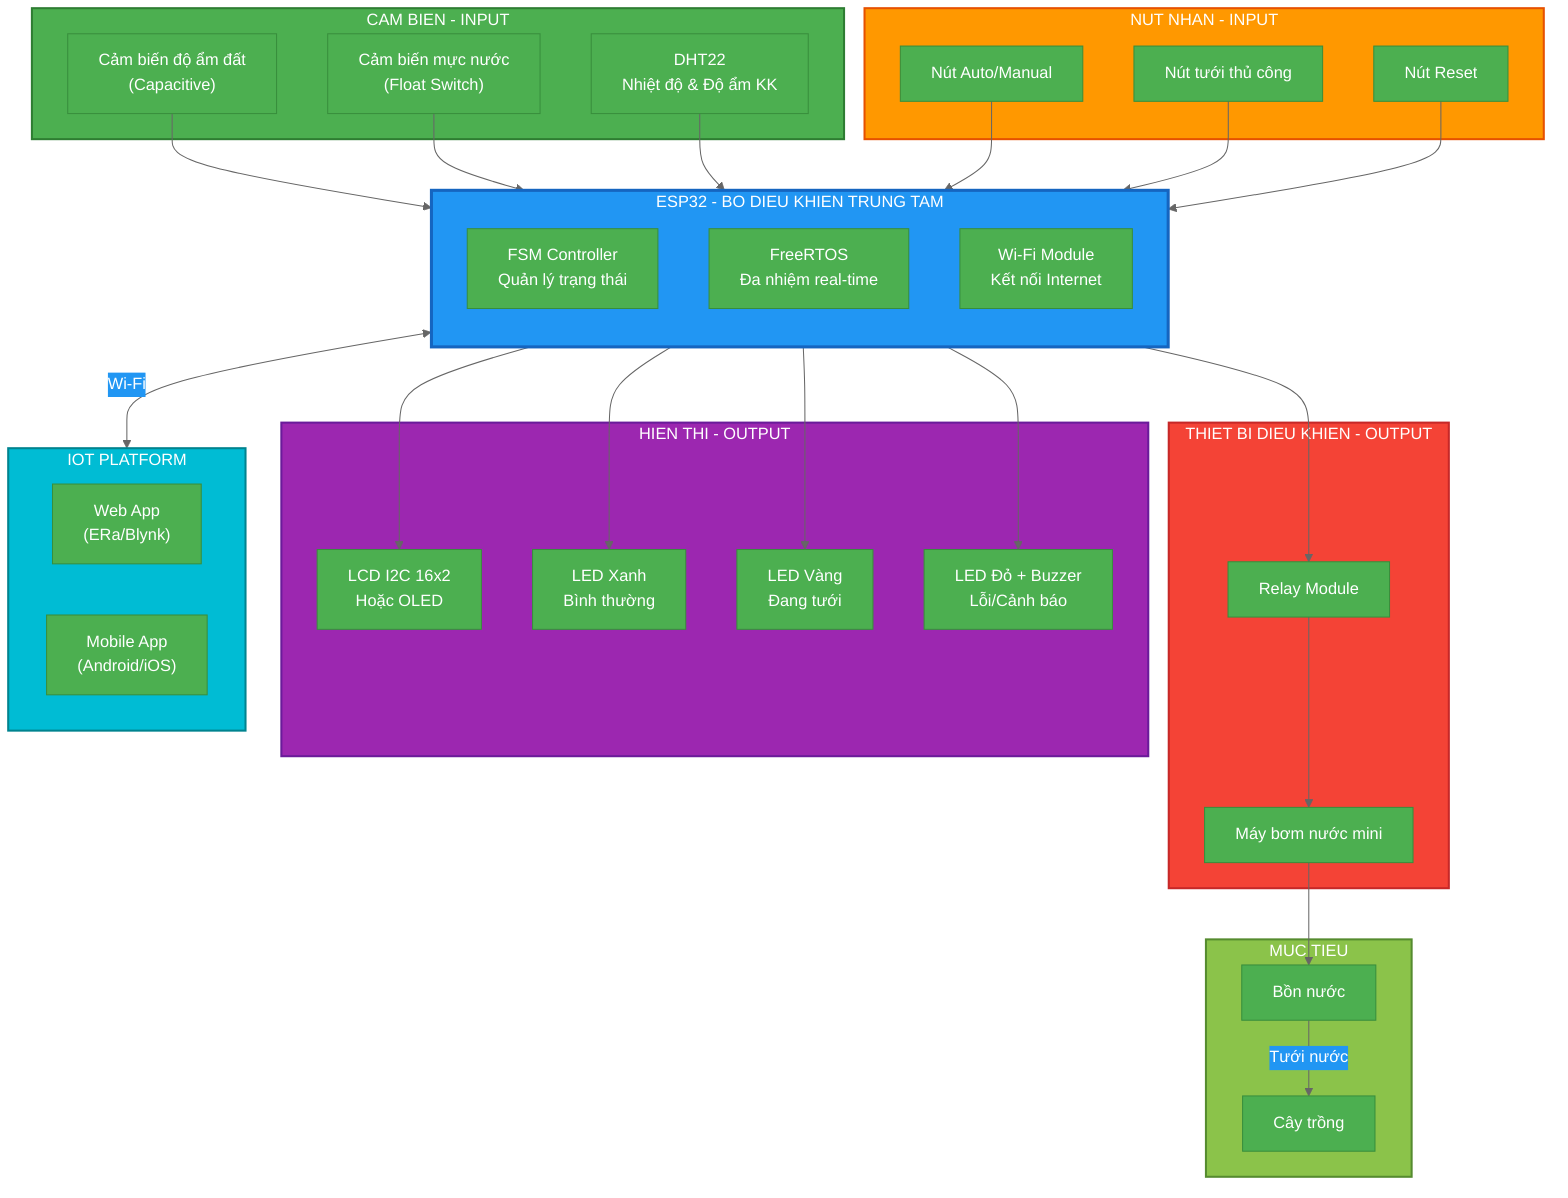
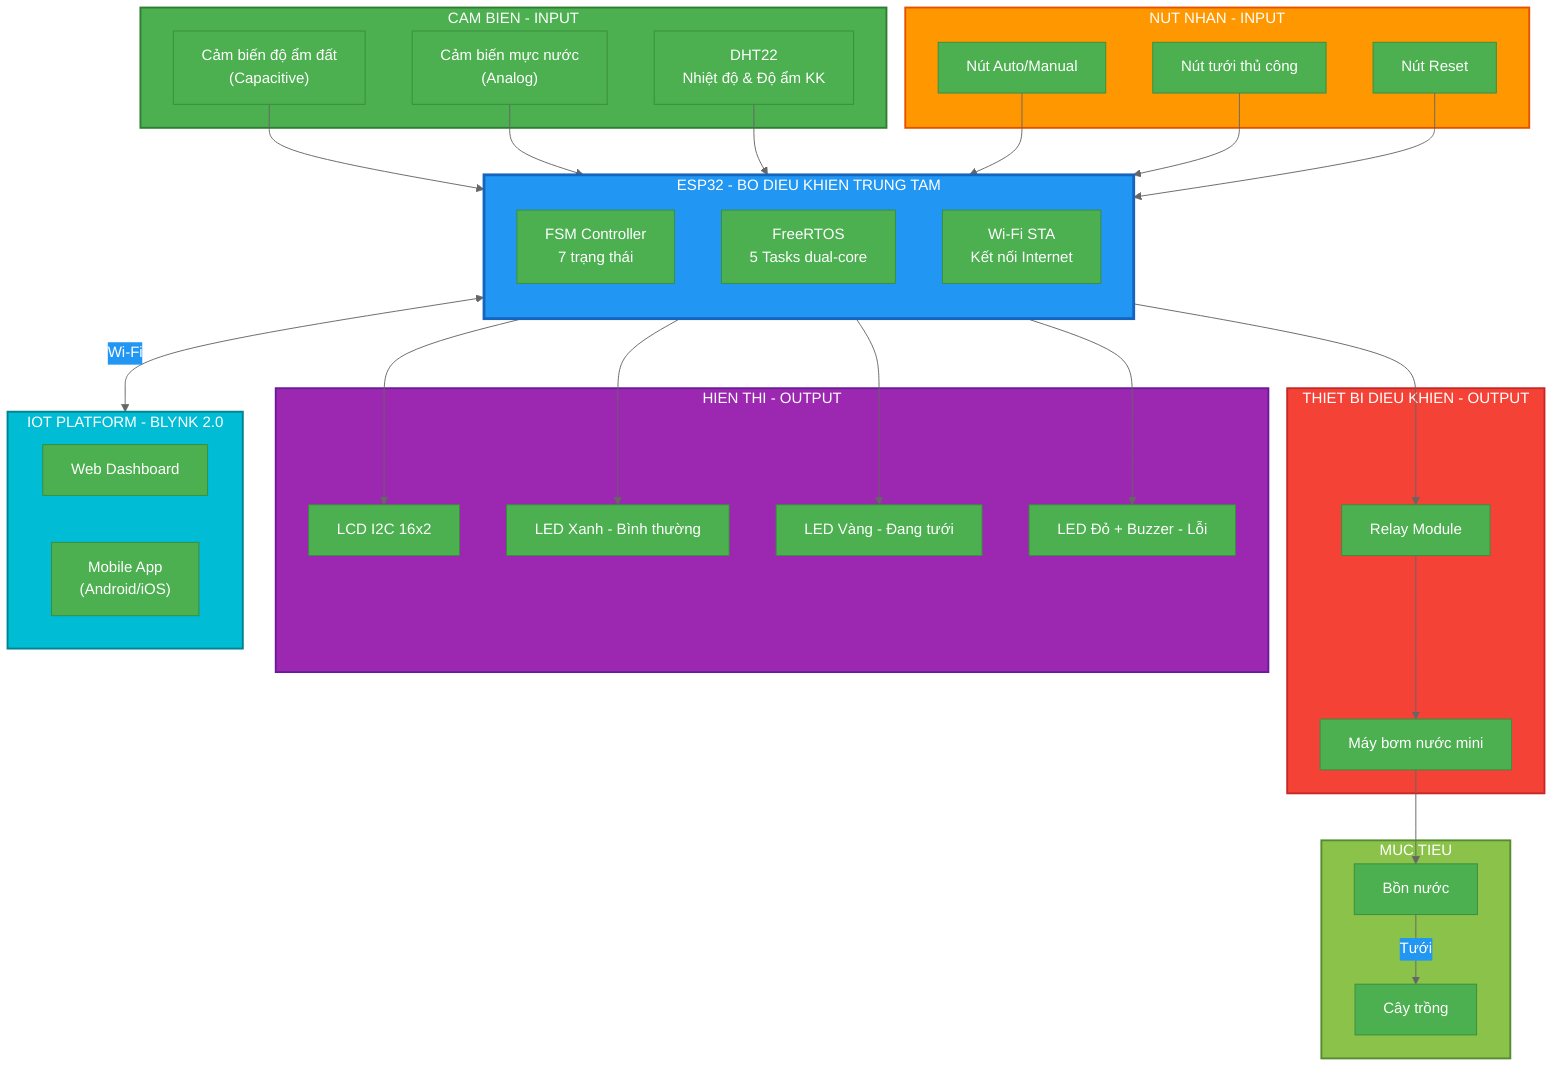
%%{init: {'theme': 'base', 'themeVariables': { 'primaryColor': '#4CAF50', 'primaryTextColor': '#fff', 'primaryBorderColor': '#388E3C', 'lineColor': '#666', 'secondaryColor': '#2196F3', 'tertiaryColor': '#FF9800'}}}%%

graph TB
    subgraph SENSORS["CAM BIEN - INPUT"]
        S1["Cảm biến độ ẩm đất<br/>(Capacitive)"]
-         S2["Cảm biến mực nước<br/>(Float Switch)"]
-         S3["DHT22<br/>Nhiệt độ & Độ ẩm KK"]
+         S2["Cảm biến mực nước<br/>(Analog)"]
+         S3["DHT22<br/>Nhiệt độ &amp; Độ ẩm KK"]
    end

    subgraph CONTROLS["NUT NHAN - INPUT"]
        B1["Nút Auto/Manual"]
        B2["Nút tưới thủ công"]
        B3["Nút Reset"]
    end

    subgraph ESP32_CORE["ESP32 - BO DIEU KHIEN TRUNG TAM"]
        direction TB
-         FSM["FSM Controller<br/>Quản lý trạng thái"]
-         RTOS["FreeRTOS<br/>Đa nhiệm real-time"]
-         WIFI["Wi-Fi Module<br/>Kết nối Internet"]
+         FSM["FSM Controller<br/>7 trạng thái"]
+         RTOS["FreeRTOS<br/>5 Tasks dual-core"]
+         WIFI["Wi-Fi STA<br/>Kết nối Internet"]
    end

    subgraph ACTUATORS["THIET BI DIEU KHIEN - OUTPUT"]
        R1["Relay Module"]
        P1["Máy bơm nước mini"]
    end

    subgraph DISPLAY["HIEN THI - OUTPUT"]
-         LCD["LCD I2C 16x2<br/>Hoặc OLED"]
-         LED1["LED Xanh<br/>Bình thường"]
-         LED2["LED Vàng<br/>Đang tưới"]
-         LED3["LED Đỏ + Buzzer<br/>Lỗi/Cảnh báo"]
+         LCD["LCD I2C 16x2"]
+         LED1["LED Xanh - Bình thường"]
+         LED2["LED Vàng - Đang tưới"]
+         LED3["LED Đỏ + Buzzer - Lỗi"]
    end

-     subgraph IOT["IOT PLATFORM"]
-         WEB["Web App<br/>(ERa/Blynk)"]
+     subgraph IOT["IOT PLATFORM - BLYNK 2.0"]
+         WEB["Web Dashboard"]
        MOB["Mobile App<br/>(Android/iOS)"]
    end

    subgraph PLANT["MUC TIEU"]
        TREE["Cây trồng"]
        TANK["Bồn nước"]
    end

-     S1 --> ESP32_CORE
-     S2 --> ESP32_CORE
-     S3 --> ESP32_CORE
-     B1 --> ESP32_CORE
-     B2 --> ESP32_CORE
-     B3 --> ESP32_CORE
+     S1 & S2 & S3 --> ESP32_CORE
+     B1 & B2 & B3 --> ESP32_CORE

-     ESP32_CORE --> R1
-     R1 --> P1
-     P1 --> TANK
-     TANK -->|"Tưới nước"| TREE
+     ESP32_CORE --> R1 --> P1 --> TANK -->|"Tưới"| TREE

-     ESP32_CORE --> LCD
-     ESP32_CORE --> LED1
-     ESP32_CORE --> LED2
-     ESP32_CORE --> LED3
+     ESP32_CORE --> LCD & LED1 & LED2 & LED3

    ESP32_CORE <-->|"Wi-Fi"| IOT

    style ESP32_CORE fill:#2196F3,stroke:#1565C0,stroke-width:3px,color:#fff
    style SENSORS fill:#4CAF50,stroke:#2E7D32,stroke-width:2px,color:#fff
    style CONTROLS fill:#FF9800,stroke:#E65100,stroke-width:2px,color:#fff
    style ACTUATORS fill:#F44336,stroke:#C62828,stroke-width:2px,color:#fff
    style DISPLAY fill:#9C27B0,stroke:#6A1B9A,stroke-width:2px,color:#fff
    style IOT fill:#00BCD4,stroke:#00838F,stroke-width:2px,color:#fff
    style PLANT fill:#8BC34A,stroke:#558B2F,stroke-width:2px,color:#fff
